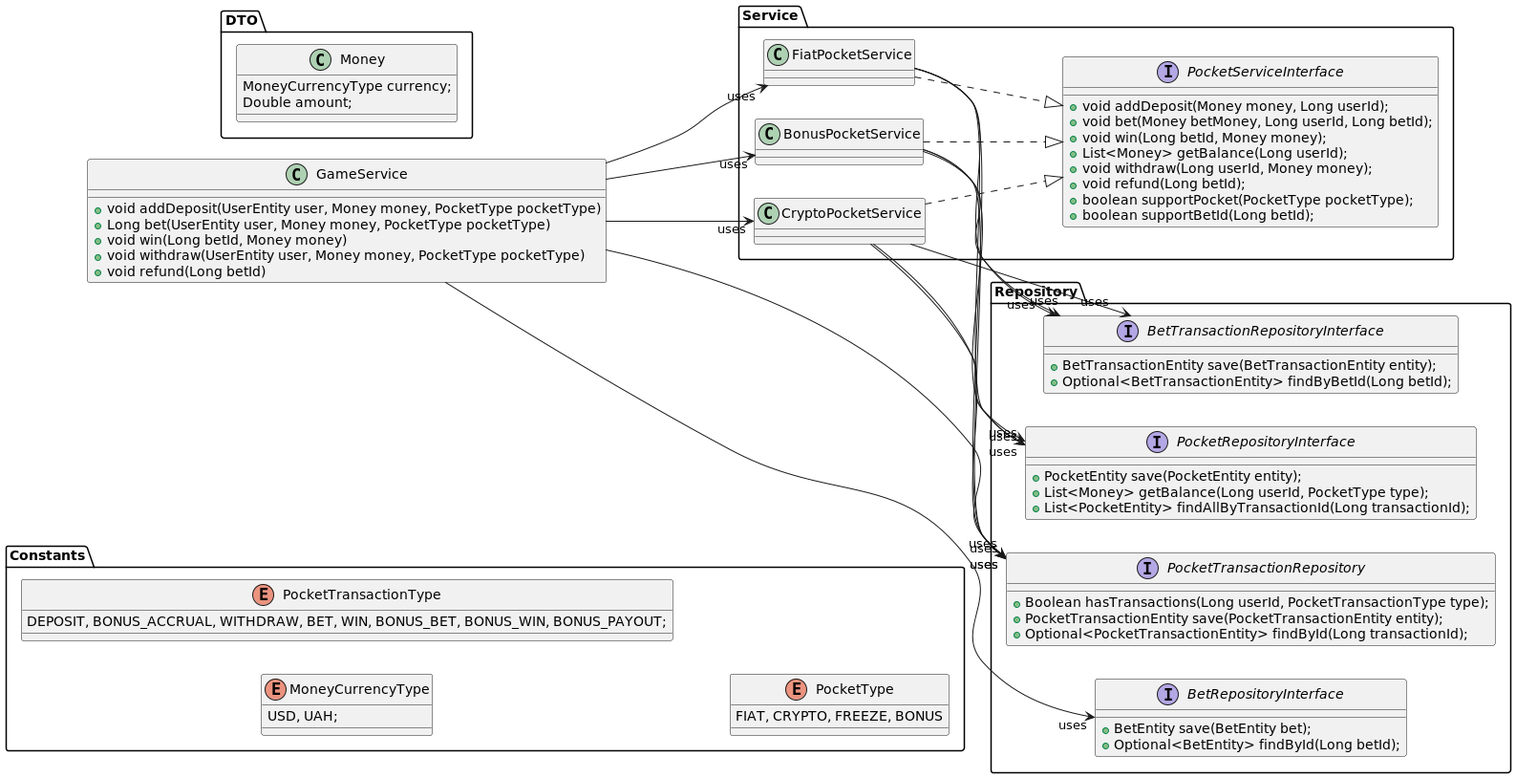
Before: docs/images/ClassDiagram.png, a diagram exported from PlantUML (SukachVitally/test_game_pocket). The source it was exported from:
```plantuml
@startuml
left to right direction

package "Constants" {
    enum MoneyCurrencyType {
        USD, UAH;
    }

    enum PocketTransactionType {
        DEPOSIT, BONUS_ACCRUAL, WITHDRAW, BET, WIN, BONUS_BET, BONUS_WIN, BONUS_PAYOUT;
    }

    enum PocketType {
        FIAT, CRYPTO, FREEZE, BONUS
    }
}

package "DTO" {
    class Money {
        MoneyCurrencyType currency;
        Double amount;
    }
}

package "Repository" {
    interface BetTransactionRepositoryInterface {
        + BetTransactionEntity save(BetTransactionEntity entity);
        + Optional<BetTransactionEntity> findByBetId(Long betId);
    }
    interface PocketRepositoryInterface {
        + PocketEntity save(PocketEntity entity);
        + List<Money> getBalance(Long userId, PocketType type);
        + List<PocketEntity> findAllByTransactionId(Long transactionId);
    }

    interface PocketTransactionRepository {
        + Boolean hasTransactions(Long userId, PocketTransactionType type);
        + PocketTransactionEntity save(PocketTransactionEntity entity);
        + Optional<PocketTransactionEntity> findById(Long transactionId);
    }
    interface BetRepositoryInterface {
        + BetEntity save(BetEntity bet);
        + Optional<BetEntity> findById(Long betId);
    }
}

package "Service" {
    interface PocketServiceInterface {
        + void addDeposit(Money money, Long userId);
        + void bet(Money betMoney, Long userId, Long betId);
        + void win(Long betId, Money money);
        + List<Money> getBalance(Long userId);
        + void withdraw(Long userId, Money money);
        + void refund(Long betId);
        + boolean supportPocket(PocketType pocketType);
        + boolean supportBetId(Long betId);
    }

    class CryptoPocketService {}
    CryptoPocketService ..|> PocketServiceInterface
    class FiatPocketService {}
    FiatPocketService ..|> PocketServiceInterface
    class BonusPocketService {}
    BonusPocketService ..|> PocketServiceInterface
}

class GameService {
    + void addDeposit(UserEntity user, Money money, PocketType pocketType)
    + Long bet(UserEntity user, Money money, PocketType pocketType)
    + void win(Long betId, Money money)
    + void withdraw(UserEntity user, Money money, PocketType pocketType)
    + void refund(Long betId)
}
FiatPocketService --> "uses" BetTransactionRepositoryInterface
FiatPocketService --> "uses" PocketRepositoryInterface
FiatPocketService --> "uses" PocketTransactionRepository

CryptoPocketService --> "uses" BetTransactionRepositoryInterface
CryptoPocketService --> "uses" PocketRepositoryInterface
CryptoPocketService --> "uses" PocketTransactionRepository

BonusPocketService --> "uses" BetTransactionRepositoryInterface
BonusPocketService --> "uses" PocketRepositoryInterface
BonusPocketService --> "uses" PocketTransactionRepository


GameService --> "uses" PocketTransactionRepository
GameService --> "uses" BetRepositoryInterface
GameService --> "uses" FiatPocketService
GameService --> "uses" CryptoPocketService
GameService --> "uses" BonusPocketService

@enduml
```
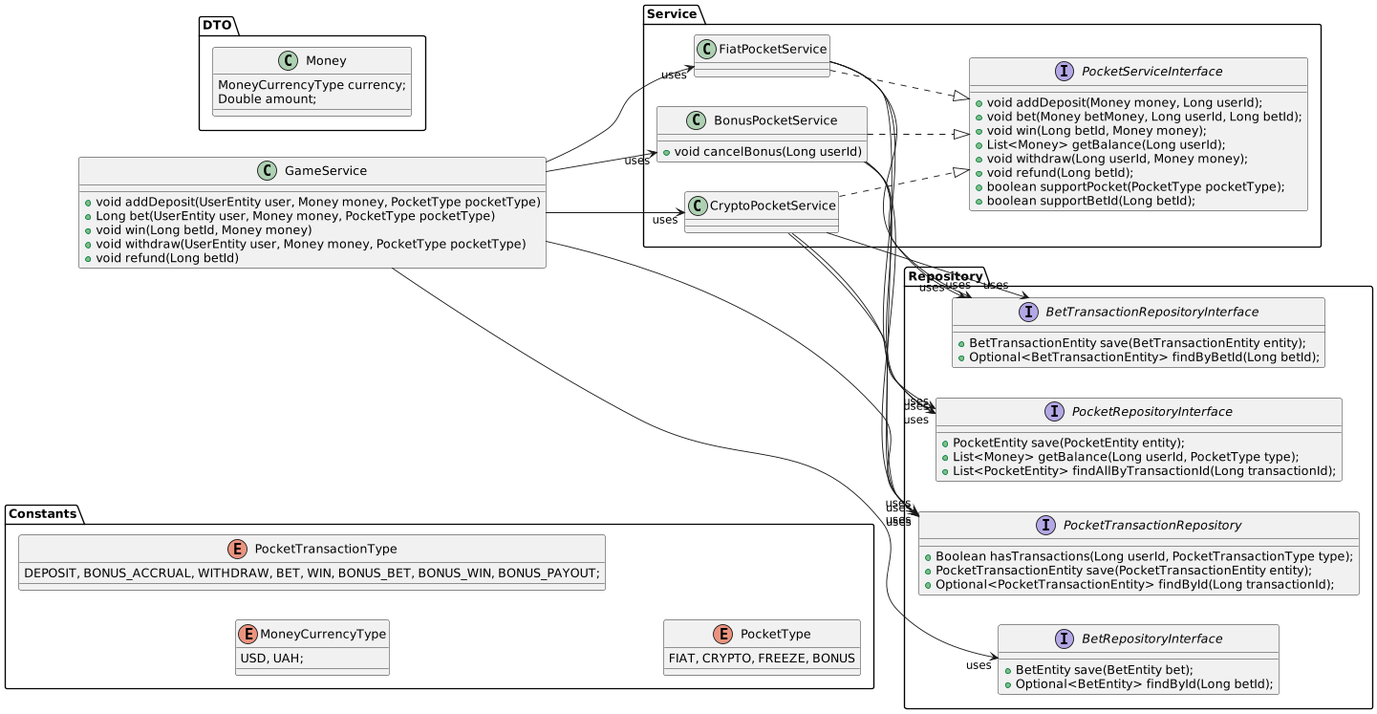
Later version of the same file.

Diff of the diagram source:
```diff
@@ -60,7 +60,9 @@
     CryptoPocketService ..|> PocketServiceInterface
     class FiatPocketService {}
     FiatPocketService ..|> PocketServiceInterface
-    class BonusPocketService {}
+    class BonusPocketService {
+        + void cancelBonus(Long userId)
+    }
     BonusPocketService ..|> PocketServiceInterface
 }
 
```
